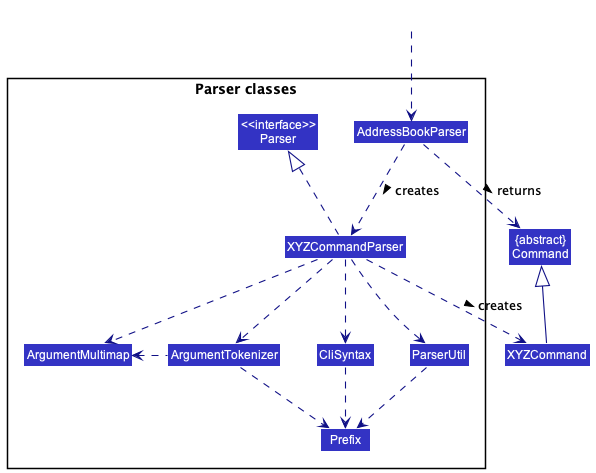
nus-cs2103-AY2223S1/tp keeps this PlantUML diagram as docs/images/ParserClasses.png. Above is the earlier version.
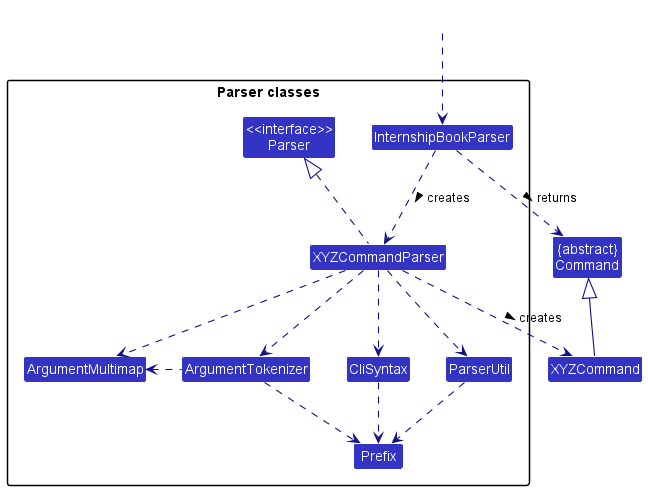
Later version of the same file.

What changed in the source:
```diff
@@ -9,7 +9,7 @@
 
 package "Parser classes"{
 Class "<<interface>>\nParser" as Parser
-Class AddressBookParser
+Class InternshipBookParser
 Class XYZCommandParser
 Class CliSyntax
 Class ParserUtil
@@ -19,12 +19,12 @@
 }
 
 Class HiddenOutside #FFFFFF
-HiddenOutside ..> AddressBookParser
+HiddenOutside ..> InternshipBookParser
 
-AddressBookParser .down.> XYZCommandParser: creates >
+InternshipBookParser .down.> XYZCommandParser: creates >
 
 XYZCommandParser ..> XYZCommand : creates >
-AddressBookParser ..> Command : returns >
+InternshipBookParser ..> Command : returns >
 XYZCommandParser .up.|> Parser
 XYZCommandParser ..> ArgumentMultimap
 XYZCommandParser ..> ArgumentTokenizer
```
